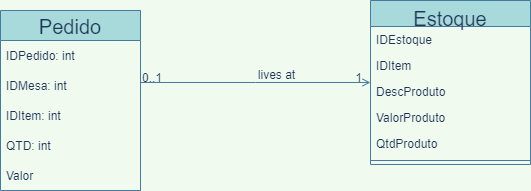
The draw.io diagram Diagrama de Classe Estoque.drawio.png in hinname/project-Restaurant, before a commit. Source tidied: cells renumbered, new cells last; positions are measured from the earlier drawing's top-left corner, leaving out a move shared by most shapes.
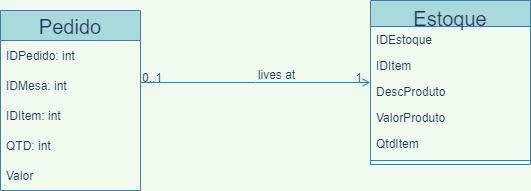
The same diagram one commit later.

Diff of the diagram source:
```diff
@@ -17,7 +17,7 @@
     <mxCell id="6" value="ValorProduto" style="text;align=left;verticalAlign=top;spacingLeft=4;spacingRight=4;overflow=hidden;rounded=0;shadow=0;html=0;fontColor=#1D3557;" parent="2" vertex="1">
       <mxGeometry y="104" width="160" height="26" as="geometry" />
     </mxCell>
-    <mxCell id="7" value="QtdProduto" style="text;align=left;verticalAlign=top;spacingLeft=4;spacingRight=4;overflow=hidden;rounded=0;shadow=0;html=0;fontColor=#1D3557;" parent="2" vertex="1">
+    <mxCell id="7" value="QtdItem" style="text;align=left;verticalAlign=top;spacingLeft=4;spacingRight=4;overflow=hidden;rounded=0;shadow=0;html=0;fontColor=#1D3557;" parent="2" vertex="1">
       <mxGeometry y="130" width="160" height="26" as="geometry" />
     </mxCell>
     <mxCell id="8" style="line;html=1;strokeWidth=1;align=left;verticalAlign=middle;spacingTop=-1;spacingLeft=3;spacingRight=3;labelPosition=right;labelBackgroundColor=#F1FAEE;fillColor=#A8DADC;strokeColor=#457B9D;fontColor=#1D3557;" parent="2" vertex="1">
```
